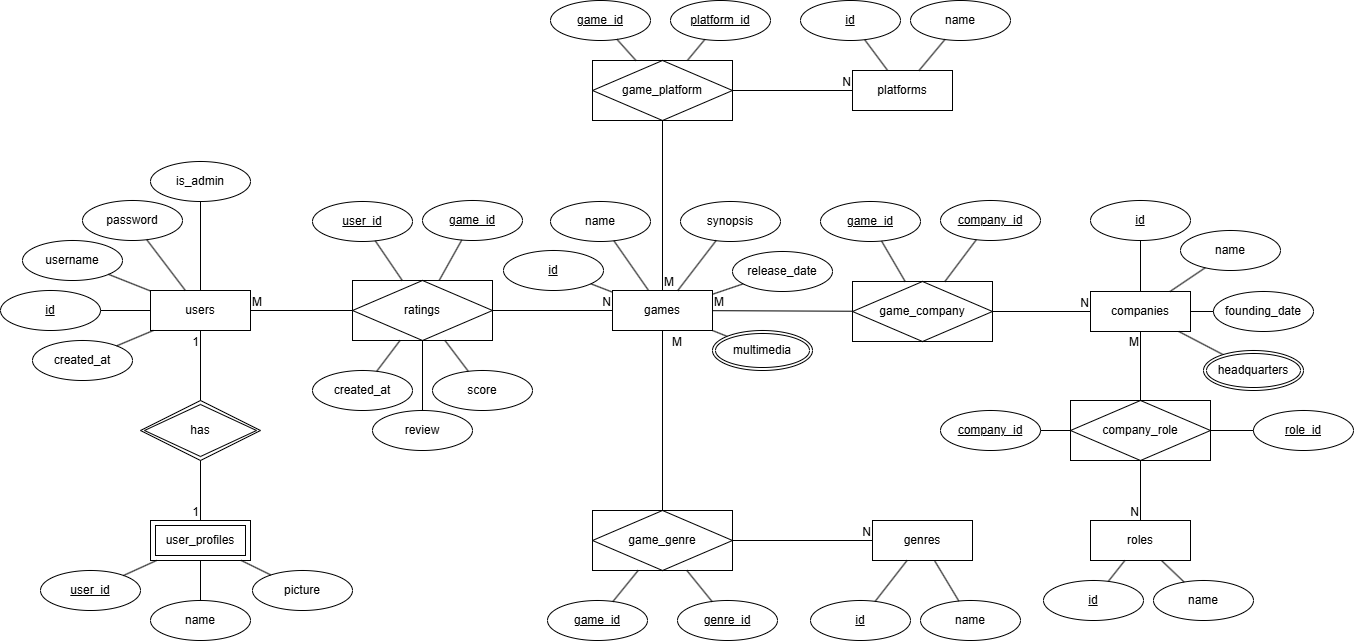
Above: docs/Entity Relationship Diagram.png in billdansr/sweet-potato (draw.io), before the change. Source tidied: cells renumbered, new cells last; positions are measured from the earlier drawing's top-left corner, leaving out a move shared by most shapes.
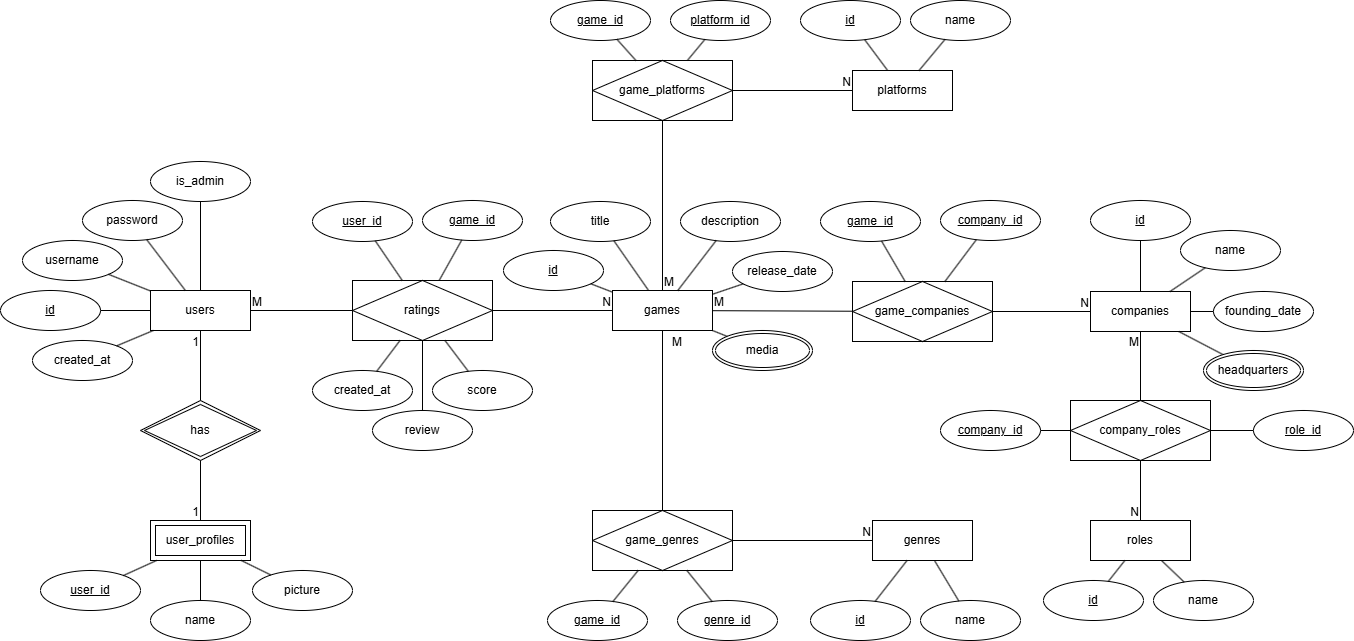
Later version of the same file.

Diff of the diagram source:
```diff
@@ -53,7 +53,7 @@
     <mxCell id="18" value="score" style="ellipse;whiteSpace=wrap;html=1;align=center;" parent="1" vertex="1">
       <mxGeometry x="432" y="370" width="100" height="40" as="geometry" />
     </mxCell>
-    <mxCell id="19" value="name" style="ellipse;whiteSpace=wrap;html=1;align=center;" parent="1" vertex="1">
+    <mxCell id="19" value="title" style="ellipse;whiteSpace=wrap;html=1;align=center;" parent="1" vertex="1">
       <mxGeometry x="550" y="201" width="100" height="40" as="geometry" />
     </mxCell>
     <mxCell id="20" value="release_date" style="ellipse;whiteSpace=wrap;html=1;align=center;" parent="1" vertex="1">
@@ -92,7 +92,7 @@
     <mxCell id="31" style="endArrow=none;html=1;rounded=0;" parent="1" edge="1" source="11" target="3">
       <mxGeometry relative="1" as="geometry" />
     </mxCell>
-    <mxCell id="32" value="synopsis" style="ellipse;whiteSpace=wrap;html=1;align=center;" parent="1" vertex="1">
+    <mxCell id="32" value="description" style="ellipse;whiteSpace=wrap;html=1;align=center;" parent="1" vertex="1">
       <mxGeometry x="680" y="201" width="100" height="40" as="geometry" />
     </mxCell>
     <mxCell id="33" style="endArrow=none;html=1;rounded=0;" parent="1" edge="1" source="32" target="3">
@@ -101,7 +101,7 @@
     <mxCell id="34" value="companies" style="whiteSpace=wrap;html=1;align=center;" parent="1" vertex="1">
       <mxGeometry x="1090" y="291" width="100" height="40" as="geometry" />
     </mxCell>
-    <mxCell id="35" value="game_company" style="shape=associativeEntity;whiteSpace=wrap;html=1;align=center;" parent="1" vertex="1">
+    <mxCell id="35" value="game_companies" style="shape=associativeEntity;whiteSpace=wrap;html=1;align=center;" parent="1" vertex="1">
       <mxGeometry x="852" y="281" width="140" height="60" as="geometry" />
     </mxCell>
     <mxCell id="36" style="endArrow=none;html=1;rounded=0;" parent="1" edge="1" source="3" target="35">
@@ -146,7 +146,7 @@
         <mxPoint x="1060" y="220" as="targetPoint" />
       </mxGeometry>
     </mxCell>
-    <mxCell id="49" value="game_genre" style="shape=associativeEntity;whiteSpace=wrap;html=1;align=center;" parent="1" vertex="1">
+    <mxCell id="49" value="game_genres" style="shape=associativeEntity;whiteSpace=wrap;html=1;align=center;" parent="1" vertex="1">
       <mxGeometry x="592" y="510" width="140" height="60" as="geometry" />
     </mxCell>
     <mxCell id="50" value="genres" style="whiteSpace=wrap;html=1;align=center;" parent="1" vertex="1">
@@ -220,7 +220,7 @@
     <mxCell id="72" value="headquarters" style="ellipse;shape=doubleEllipse;margin=3;whiteSpace=wrap;html=1;align=center;" parent="1" vertex="1">
       <mxGeometry x="1203" y="350" width="100" height="40" as="geometry" />
     </mxCell>
-    <mxCell id="73" value="game_plat&lt;span style=&quot;background-color: initial;&quot;&gt;form&lt;/span&gt;" style="shape=associativeEntity;whiteSpace=wrap;html=1;align=center;" parent="1" vertex="1">
+    <mxCell id="73" value="game_plat&lt;span style=&quot;background-color: initial;&quot;&gt;forms&lt;/span&gt;" style="shape=associativeEntity;whiteSpace=wrap;html=1;align=center;" parent="1" vertex="1">
       <mxGeometry x="592" y="60" width="140" height="60" as="geometry" />
     </mxCell>
     <mxCell id="74" value="platforms" style="whiteSpace=wrap;html=1;align=center;" parent="1" vertex="1">
@@ -265,7 +265,7 @@
     <mxCell id="87" style="endArrow=none;html=1;rounded=0;" parent="1" edge="1" source="84" target="73">
       <mxGeometry relative="1" as="geometry" />
     </mxCell>
-    <mxCell id="88" value="multimedia" style="ellipse;shape=doubleEllipse;margin=3;whiteSpace=wrap;html=1;align=center;" parent="1" vertex="1">
+    <mxCell id="88" value="media" style="ellipse;shape=doubleEllipse;margin=3;whiteSpace=wrap;html=1;align=center;" parent="1" vertex="1">
       <mxGeometry x="712" y="330" width="100" height="40" as="geometry" />
     </mxCell>
     <mxCell id="89" style="endArrow=none;html=1;rounded=0;" parent="1" edge="1" source="88" target="3">
@@ -309,7 +309,7 @@
     <mxCell id="101" style="endArrow=none;html=1;rounded=0;" parent="1" edge="1" source="91" target="100">
       <mxGeometry relative="1" as="geometry" />
     </mxCell>
-    <mxCell id="102" value="company_role" style="shape=associativeEntity;whiteSpace=wrap;html=1;align=center;" parent="1" vertex="1">
+    <mxCell id="102" value="company_roles" style="shape=associativeEntity;whiteSpace=wrap;html=1;align=center;" parent="1" vertex="1">
       <mxGeometry x="1070" y="400" width="140" height="60" as="geometry" />
     </mxCell>
     <mxCell id="103" value="roles" style="whiteSpace=wrap;html=1;align=center;" parent="1" vertex="1">
```
